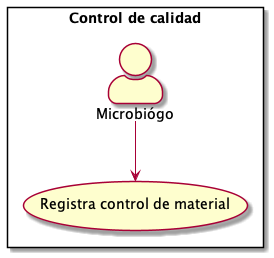
jonathanahumada/rodam_documentacion keeps this PlantUML diagram as docs/source/assets/control_calidad.png. Above is the earlier version. Its diagram source:
```plantuml
@startuml

skinparam actorStyle awesome

rectangle "Control de calidad" {
:Microbiógo: --> (Registra control de material)
}

@enduml
```
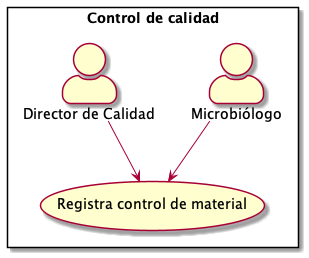
Above is the later version.

The edit, as a diff of the source:
```diff
@@ -3,7 +3,8 @@
 skinparam actorStyle awesome
 
 rectangle "Control de calidad" {
-:Microbiógo: --> (Registra control de material)
+:Microbiólogo: --> (Registra control de material)
+:Director de Calidad: --> (Registra control de material)
 }
 
 @enduml
```
